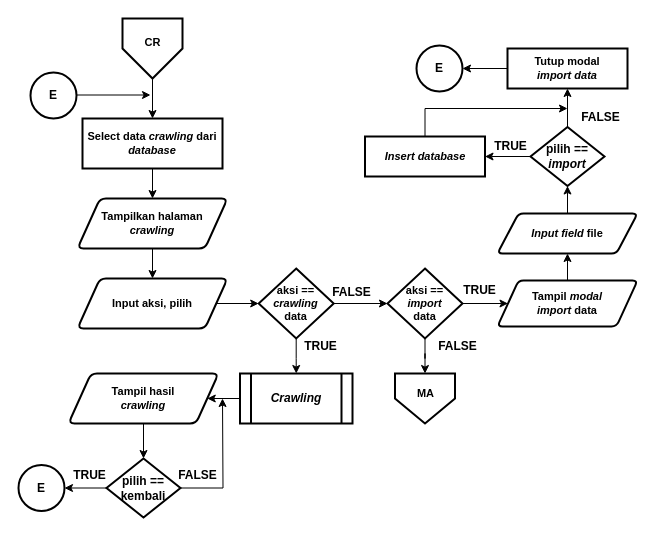
The draw.io diagram Dokumen TA/Paper/Flowchart/Flowchart menu crawling.drawio in muspriandi/TextMining-SentimentAnalysis, before the edit. Source tidied: cells renumbered, new cells numbered last; positions are measured from the earlier drawing's top-left corner, leaving out a move shared by most shapes. Both pictures are drawn from the tidied source at 100%, with x=0, y=0 at pixel (18, 18).
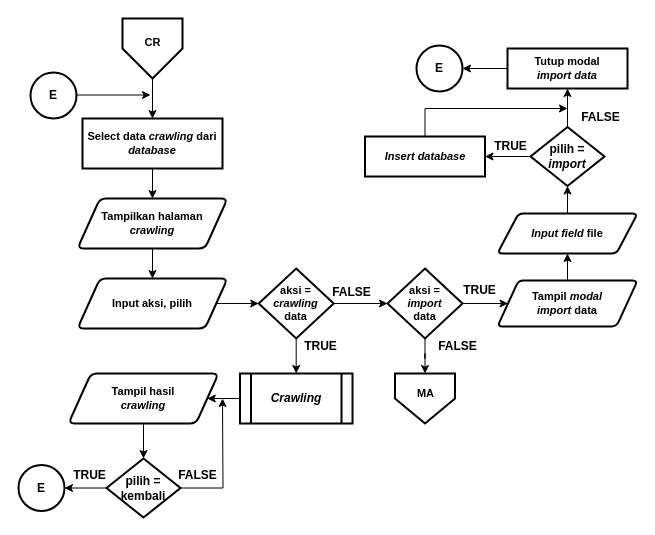
Above is the later version.

Change to the diagram source:
```diff
@@
-    <mxCell id="17" value="&lt;b style=&quot;font-size: 11px&quot;&gt;&lt;font style=&quot;font-size: 11px&quot;&gt;aksi == &lt;i&gt;crawling&lt;/i&gt;&lt;br style=&quot;font-size: 11px&quot;&gt;data&lt;/font&gt;&lt;/b&gt;" style="rhombus;whiteSpace=wrap;html=1;strokeWidth=2;fontSize=11;" parent="1" vertex="1">
+    <mxCell id="17" value="&lt;b style=&quot;font-size: 11px&quot;&gt;&lt;font style=&quot;font-size: 11px&quot;&gt;aksi = &lt;i&gt;crawling&lt;/i&gt;&lt;br style=&quot;font-size: 11px&quot;&gt;data&lt;/font&gt;&lt;/b&gt;" style="rhombus;whiteSpace=wrap;html=1;strokeWidth=2;fontSize=11;" parent="1" vertex="1">
       <mxGeometry x="240.2" y="250" width="75" height="70" as="geometry" />
     </mxCell>
@@
-    <mxCell id="22" value="&lt;b style=&quot;font-size: 11px&quot;&gt;&lt;font style=&quot;font-size: 11px&quot;&gt;aksi == &lt;i&gt;import&lt;/i&gt;&lt;br style=&quot;font-size: 11px&quot;&gt;data&lt;/font&gt;&lt;/b&gt;" style="rhombus;whiteSpace=wrap;html=1;strokeWidth=2;fontSize=11;" parent="1" vertex="1">
+    <mxCell id="22" value="&lt;b style=&quot;font-size: 11px&quot;&gt;&lt;font style=&quot;font-size: 11px&quot;&gt;aksi =&lt;br&gt;&lt;i&gt;import&lt;/i&gt;&lt;br style=&quot;font-size: 11px&quot;&gt;data&lt;/font&gt;&lt;/b&gt;" style="rhombus;whiteSpace=wrap;html=1;strokeWidth=2;fontSize=11;" parent="1" vertex="1">
       <mxGeometry x="369" y="250" width="75" height="70" as="geometry" />
     </mxCell>
@@
-    <mxCell id="29" value="&lt;b&gt;&lt;font style=&quot;font-size: 12px&quot;&gt;pilih == &lt;i&gt;import&lt;/i&gt;&lt;/font&gt;&lt;/b&gt;" style="rhombus;whiteSpace=wrap;html=1;strokeWidth=2;" parent="1" vertex="1">
+    <mxCell id="29" value="&lt;b&gt;&lt;font style=&quot;font-size: 12px&quot;&gt;pilih = &lt;i&gt;import&lt;/i&gt;&lt;/font&gt;&lt;/b&gt;" style="rhombus;whiteSpace=wrap;html=1;strokeWidth=2;" parent="1" vertex="1">
       <mxGeometry x="512" y="108.5" width="74" height="59" as="geometry" />
     </mxCell>
@@
-    <mxCell id="48" value="&lt;b&gt;&lt;font style=&quot;font-size: 12px&quot;&gt;pilih == kembali&lt;/font&gt;&lt;/b&gt;" style="rhombus;whiteSpace=wrap;html=1;strokeWidth=2;" parent="1" vertex="1">
+    <mxCell id="48" value="&lt;b&gt;&lt;font style=&quot;font-size: 12px&quot;&gt;pilih = kembali&lt;/font&gt;&lt;/b&gt;" style="rhombus;whiteSpace=wrap;html=1;strokeWidth=2;" parent="1" vertex="1">
       <mxGeometry x="88" y="440" width="74" height="59" as="geometry" />
     </mxCell>
```
